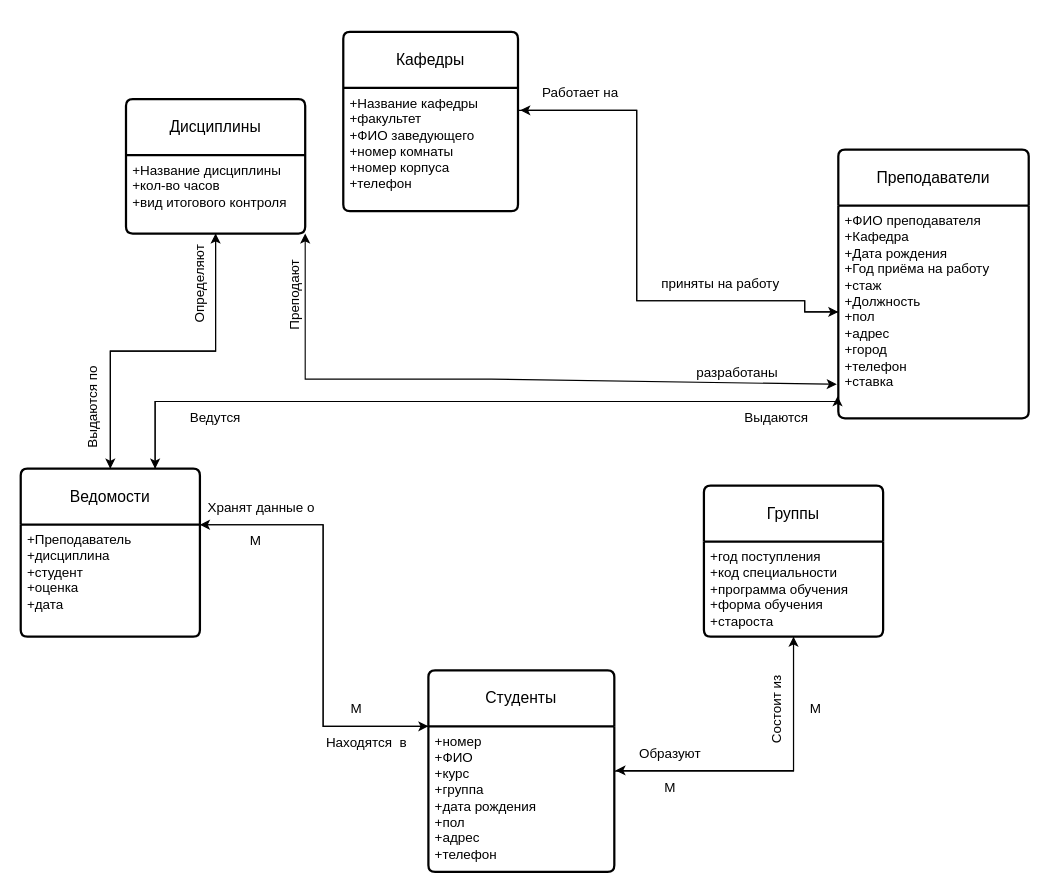
Before: page "Страница 1" (1 of 2) of Диаграмма без названия.drawio in OlAntZin18/mirea-progs, a draw.io diagram. Source tidied: cells renumbered, new cells numbered last; positions are measured from the earlier drawing's top-left corner, leaving out a move shared by most shapes. Both pictures are drawn from the tidied source at 112%, with x=0, y=0 at pixel (20, 31).
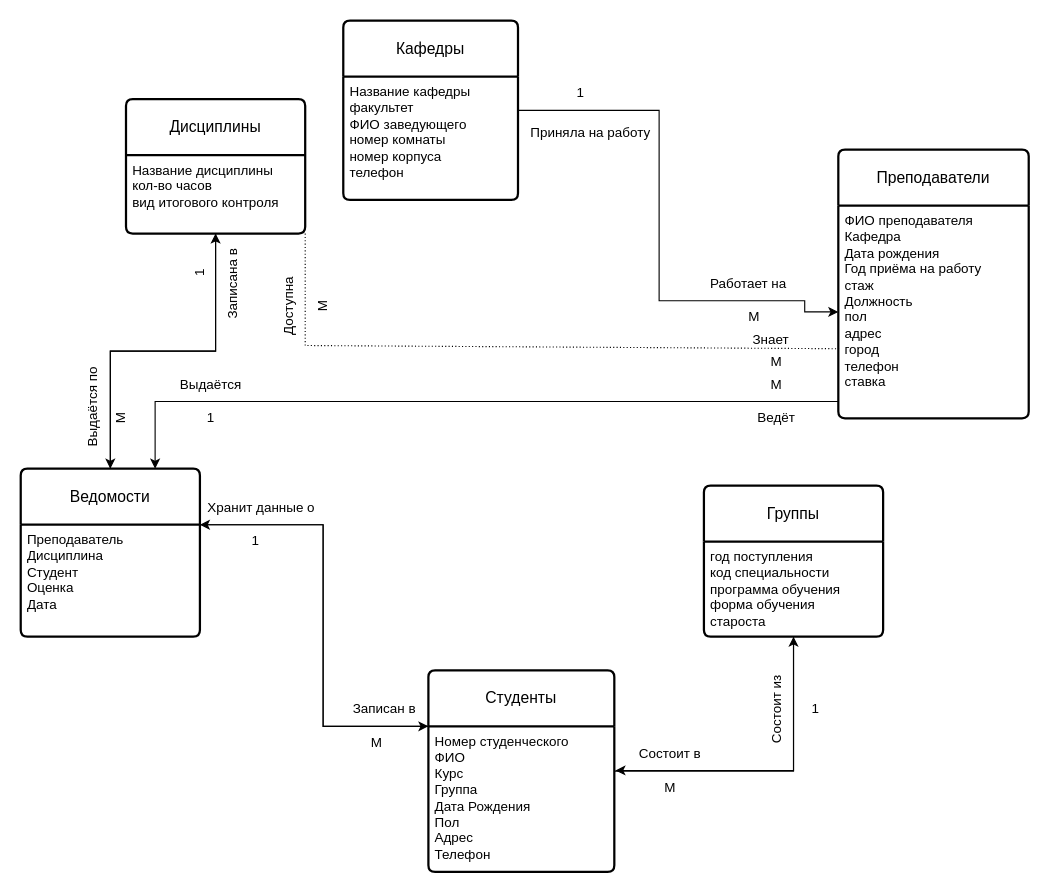
The same diagram, later.

Unchanged cells that the change refers to:
```xml
<mxCell id="2" value="Дисциплины" style="swimlane;horizontal=1;startSize=50;rounded=1;fontSize=14;fontStyle=0;strokeWidth=2;shadow=0;dashed=0;align=center;arcSize=4;whiteSpace=wrap;html=1;" parent="1" vertex="1">
  <mxGeometry x="94" y="60" width="160" height="120" as="geometry" />
</mxCell>
<mxCell id="8" value="Преподаватели" style="swimlane;horizontal=1;startSize=50;rounded=1;fontSize=14;fontStyle=0;strokeWidth=2;shadow=0;dashed=0;align=center;arcSize=4;whiteSpace=wrap;html=1;" parent="1" vertex="1">
  <mxGeometry x="730" y="105" width="170" height="240" as="geometry" />
</mxCell>
<mxCell id="12" value="Ведомости" style="swimlane;horizontal=1;startSize=50;rounded=1;fontSize=14;fontStyle=0;strokeWidth=2;shadow=0;dashed=0;align=center;arcSize=4;whiteSpace=wrap;html=1;" parent="1" vertex="1">
  <mxGeometry y="390" width="160" height="150" as="geometry" />
</mxCell>
<mxCell id="16" value="Студенты" style="swimlane;horizontal=1;startSize=50;rounded=1;fontSize=14;fontStyle=0;strokeWidth=2;shadow=0;dashed=0;align=center;arcSize=4;whiteSpace=wrap;html=1;" parent="1" vertex="1">
  <mxGeometry x="364" y="570" width="166" height="180" as="geometry" />
</mxCell>
<mxCell id="18" value="Группы" style="swimlane;horizontal=1;startSize=50;rounded=1;fontSize=14;fontStyle=0;strokeWidth=2;shadow=0;dashed=0;align=center;arcSize=4;whiteSpace=wrap;html=1;" parent="1" vertex="1">
  <mxGeometry x="610" y="405" width="160" height="135" as="geometry" />
</mxCell>
```

Diff of the diagram source:
```diff
@@
-    <mxCell id="3" value="+Название дисциплины&lt;br&gt;+кол-во часов&lt;br&gt;+вид итогового контроля" style="align=left;strokeColor=none;fillColor=none;spacingLeft=4;fontSize=12;verticalAlign=top;html=1;" parent="2" vertex="1">
+    <mxCell id="3" value="Название дисциплины&lt;br&gt;кол-во часов&lt;br&gt;вид итогового контроля" style="align=left;strokeColor=none;fillColor=none;spacingLeft=4;fontSize=12;verticalAlign=top;html=1;" parent="2" vertex="1">
       <mxGeometry y="50" width="160" height="70" as="geometry" />
     </mxCell>
+    <mxCell id="41" style="edgeStyle=orthogonalEdgeStyle;rounded=0;orthogonalLoop=1;jettySize=auto;html=1;exitX=1;exitY=0;exitDx=0;exitDy=0;entryX=1;entryY=0;entryDx=0;entryDy=0;" parent="2" edge="1" source="3" target="3">
+      <mxGeometry relative="1" as="geometry" />
+    </mxCell>
     <mxCell id="4" style="edgeStyle=orthogonalEdgeStyle;rounded=0;jettySize=auto;html=1;entryX=0;entryY=0.5;entryDx=0;entryDy=0;" parent="1" edge="1" source="5" target="9">
       <mxGeometry relative="1" as="geometry">
         <Array as="points">
-          <mxPoint x="550" y="70" />
-          <mxPoint x="550" y="240" />
+          <mxPoint x="570" y="70" />
+          <mxPoint x="570" y="240" />
           <mxPoint x="700" y="240" />
         </Array>
       </mxGeometry>
     </mxCell>
     <mxCell id="5" value="Кафедры" style="swimlane;horizontal=1;startSize=50;rounded=1;fontSize=14;fontStyle=0;strokeWidth=2;shadow=0;dashed=0;align=center;arcSize=4;whiteSpace=wrap;html=1;" parent="1" vertex="1">
-      <mxGeometry x="288" width="156" height="160" as="geometry" />
+      <mxGeometry x="288" y="-10" width="156" height="160" as="geometry" />
     </mxCell>
-    <mxCell id="6" value="+Название кафедры&lt;br&gt;+факультет&lt;br&gt;+ФИО заведующего&lt;br&gt;+номер комнаты&lt;br&gt;+номер корпуса&lt;br&gt;+телефон" style="align=left;strokeColor=none;fillColor=none;spacingLeft=4;fontSize=12;verticalAlign=top;html=1;" parent="5" vertex="1">
+    <mxCell id="6" value="Название кафедры&lt;br&gt;факультет&lt;br&gt;ФИО заведующего&lt;br&gt;номер комнаты&lt;br&gt;номер корпуса&lt;br&gt;телефон" style="align=left;strokeColor=none;fillColor=none;spacingLeft=4;fontSize=12;verticalAlign=top;html=1;" parent="5" vertex="1">
       <mxGeometry y="50" width="156" height="110" as="geometry" />
     </mxCell>
@@
-    <mxCell id="9" value="+ФИО преподавателя&lt;br&gt;+Кафедра&lt;br&gt;+Дата рождения&lt;br&gt;+Год приёма на работу&lt;br&gt;+стаж&lt;br&gt;+Должность&lt;br&gt;+пол&lt;br&gt;+адрес&lt;br&gt;+город&lt;br&gt;+телефон&lt;br&gt;+ставка" style="align=left;strokeColor=none;fillColor=none;spacingLeft=4;fontSize=12;verticalAlign=top;html=1;" parent="8" vertex="1">
+    <mxCell id="9" value="ФИО преподавателя&lt;br&gt;Кафедра&lt;br&gt;Дата рождения&lt;br&gt;Год приёма на работу&lt;br&gt;стаж&lt;br&gt;Должность&lt;br&gt;пол&lt;br&gt;адрес&lt;br&gt;город&lt;br&gt;телефон&lt;br&gt;ставка" style="align=left;strokeColor=none;fillColor=none;spacingLeft=4;fontSize=12;verticalAlign=top;html=1;" parent="8" vertex="1">
       <mxGeometry y="50" width="170" height="190" as="geometry" />
     </mxCell>
@@
-    <mxCell id="11" style="edgeStyle=orthogonalEdgeStyle;rounded=0;jettySize=auto;html=1;exitX=0.75;exitY=0;exitDx=0;exitDy=0;entryX=-0.004;entryY=0.896;entryDx=0;entryDy=0;entryPerimeter=0;" parent="1" edge="1" source="12" target="9">
-      <mxGeometry relative="1" as="geometry">
-        <Array as="points">
-          <mxPoint x="120" y="330" />
-          <mxPoint x="729" y="330" />
-        </Array>
-      </mxGeometry>
-    </mxCell>
@@
-    <mxCell id="13" value="+Преподаватель&lt;br&gt;+дисциплина&lt;br&gt;+студент&lt;br&gt;+оценка&lt;br&gt;+дата" style="align=left;strokeColor=none;fillColor=none;spacingLeft=4;fontSize=12;verticalAlign=top;html=1;" parent="12" vertex="1">
+    <mxCell id="13" value="Преподаватель&lt;br&gt;Дисциплина&lt;br&gt;Студент&lt;br&gt;Оценка&lt;br&gt;Дата" style="align=left;strokeColor=none;fillColor=none;spacingLeft=4;fontSize=12;verticalAlign=top;html=1;" parent="12" vertex="1">
       <mxGeometry y="50" width="160" height="100" as="geometry" />
     </mxCell>
@@
-    <mxCell id="17" value="+номер&lt;br&gt;+ФИО&lt;br&gt;+курс&lt;br&gt;+группа&lt;br&gt;+дата рождения&lt;br&gt;+пол&lt;br&gt;+адрес&lt;br&gt;+телефон" style="align=left;strokeColor=none;fillColor=none;spacingLeft=4;fontSize=12;verticalAlign=top;html=1;" parent="16" vertex="1">
+    <mxCell id="17" value="Номер студенческого&lt;br&gt;ФИО&lt;br&gt;Курс&lt;br&gt;Группа&lt;br&gt;Дата Рождения&lt;br&gt;Пол&lt;br&gt;Адрес&lt;br&gt;Телефон" style="align=left;strokeColor=none;fillColor=none;spacingLeft=4;fontSize=12;verticalAlign=top;html=1;" parent="16" vertex="1">
       <mxGeometry y="50" width="166" height="130" as="geometry" />
     </mxCell>
@@
-    <mxCell id="19" value="+год поступления&lt;br&gt;+код специальности&lt;br&gt;+программа обучения&lt;br&gt;+форма обучения&lt;br&gt;+староста" style="align=left;strokeColor=none;fillColor=none;spacingLeft=4;fontSize=12;verticalAlign=top;html=1;" parent="18" vertex="1">
+    <mxCell id="19" value="год поступления&lt;br&gt;код специальности&lt;br&gt;программа обучения&lt;br&gt;форма обучения&lt;br&gt;староста" style="align=left;strokeColor=none;fillColor=none;spacingLeft=4;fontSize=12;verticalAlign=top;html=1;" parent="18" vertex="1">
       <mxGeometry y="50" width="160" height="85" as="geometry" />
     </mxCell>
-    <mxCell id="20" value="Образуют" style="text;strokeColor=none;align=center;fillColor=none;html=1;verticalAlign=middle;whiteSpace=wrap;rounded=0;" parent="1" vertex="1">
+    <mxCell id="20" value="Состоит в" style="text;strokeColor=none;align=center;fillColor=none;html=1;verticalAlign=middle;whiteSpace=wrap;rounded=0;" parent="1" vertex="1">
       <mxGeometry x="550" y="630" width="60" height="30" as="geometry" />
     </mxCell>
@@
-    <mxCell id="24" value="М" style="text;strokeColor=none;align=center;fillColor=none;html=1;verticalAlign=middle;whiteSpace=wrap;rounded=0;" parent="1" vertex="1">
+    <mxCell id="24" value="1" style="text;strokeColor=none;align=center;fillColor=none;html=1;verticalAlign=middle;whiteSpace=wrap;rounded=0;" parent="1" vertex="1">
       <mxGeometry x="680" y="590" width="60" height="30" as="geometry" />
     </mxCell>
@@
-    <mxCell id="26" value="Находятся&amp;nbsp; в" style="text;strokeColor=none;align=center;fillColor=none;html=1;verticalAlign=middle;whiteSpace=wrap;rounded=0;" parent="1" vertex="1">
-      <mxGeometry x="254" y="620" width="110" height="30" as="geometry" />
+    <mxCell id="26" value="Записан в" style="text;strokeColor=none;align=center;fillColor=none;html=1;verticalAlign=middle;whiteSpace=wrap;rounded=0;" parent="1" vertex="1">
+      <mxGeometry x="270" y="590" width="110" height="30" as="geometry" />
     </mxCell>
-    <mxCell id="27" value="М" style="text;strokeColor=none;align=center;fillColor=none;html=1;verticalAlign=middle;whiteSpace=wrap;rounded=0;" parent="1" vertex="1">
+    <mxCell id="27" value="1" style="text;strokeColor=none;align=center;fillColor=none;html=1;verticalAlign=middle;whiteSpace=wrap;rounded=0;" parent="1" vertex="1">
       <mxGeometry x="180" y="440" width="60" height="30" as="geometry" />
     </mxCell>
-    <mxCell id="28" value="Хранят данные о" style="text;strokeColor=none;align=center;fillColor=none;html=1;verticalAlign=middle;whiteSpace=wrap;rounded=0;" parent="1" vertex="1">
+    <mxCell id="28" value="Хранит данные о" style="text;strokeColor=none;align=center;fillColor=none;html=1;verticalAlign=middle;whiteSpace=wrap;rounded=0;" parent="1" vertex="1">
       <mxGeometry x="160" y="410" width="110" height="30" as="geometry" />
     </mxCell>
     <mxCell id="29" value="М" style="text;strokeColor=none;align=center;fillColor=none;html=1;verticalAlign=middle;whiteSpace=wrap;rounded=0;" parent="1" vertex="1">
-      <mxGeometry x="270" y="590" width="60" height="30" as="geometry" />
+      <mxGeometry x="288" y="620" width="60" height="30" as="geometry" />
     </mxCell>
@@
-    <mxCell id="31" value="Выдаются по" style="text;strokeColor=none;align=center;fillColor=none;html=1;verticalAlign=middle;whiteSpace=wrap;rounded=0;rotation=270;" parent="1" vertex="1">
+    <mxCell id="31" value="Выдаётся по" style="text;strokeColor=none;align=center;fillColor=none;html=1;verticalAlign=middle;whiteSpace=wrap;rounded=0;rotation=270;" parent="1" vertex="1">
       <mxGeometry x="20" y="320" width="90" height="30" as="geometry" />
     </mxCell>
-    <mxCell id="32" value="Определяют" style="text;strokeColor=none;align=center;fillColor=none;html=1;verticalAlign=middle;whiteSpace=wrap;rounded=0;rotation=270;" parent="1" vertex="1">
-      <mxGeometry x="120" y="210" width="80" height="30" as="geometry" />
+    <mxCell id="32" value="Записана в" style="text;strokeColor=none;align=center;fillColor=none;html=1;verticalAlign=middle;whiteSpace=wrap;rounded=0;rotation=270;" parent="1" vertex="1">
+      <mxGeometry x="150" y="210" width="80" height="30" as="geometry" />
     </mxCell>
-    <mxCell id="33" style="edgeStyle=orthogonalEdgeStyle;rounded=0;jettySize=auto;html=1;exitX=0;exitY=0.5;exitDx=0;exitDy=0;entryX=1.013;entryY=0.182;entryDx=0;entryDy=0;entryPerimeter=0;" parent="1" edge="1" source="9" target="6">
-      <mxGeometry relative="1" as="geometry">
-        <Array as="points">
-          <mxPoint x="700" y="240" />
-          <mxPoint x="550" y="240" />
-          <mxPoint x="550" y="70" />
-        </Array>
-      </mxGeometry>
-    </mxCell>
     <mxCell id="34" value="Работает на" style="text;strokeColor=none;align=center;fillColor=none;html=1;verticalAlign=middle;whiteSpace=wrap;rounded=0;" parent="1" vertex="1">
-      <mxGeometry x="450" y="40" width="100" height="30" as="geometry" />
+      <mxGeometry x="600" y="210" width="100" height="30" as="geometry" />
     </mxCell>
+    <mxCell id="36" value="Знает" style="text;strokeColor=none;align=center;fillColor=none;html=1;verticalAlign=middle;whiteSpace=wrap;rounded=0;rotation=0;" parent="1" vertex="1">
+      <mxGeometry x="635" y="260" width="70" height="30" as="geometry" />
+    </mxCell>
+    <mxCell id="38" value="Приняла на работу" style="text;strokeColor=none;align=center;fillColor=none;html=1;verticalAlign=middle;whiteSpace=wrap;rounded=0;" parent="1" vertex="1">
+      <mxGeometry x="444" y="75" width="130" height="30" as="geometry" />
+    </mxCell>
+    <mxCell id="40" value="Ведёт" style="text;strokeColor=none;align=center;fillColor=none;html=1;verticalAlign=middle;whiteSpace=wrap;rounded=0;" parent="1" vertex="1">
+      <mxGeometry x="625" y="330" width="100" height="30" as="geometry" />
+    </mxCell>
+    <mxCell id="37" value="Доступна" style="text;strokeColor=none;align=center;fillColor=none;html=1;verticalAlign=middle;whiteSpace=wrap;rounded=0;rotation=270;" parent="1" vertex="1">
+      <mxGeometry x="200" y="230" width="80" height="30" as="geometry" />
+    </mxCell>
-    <mxCell id="35" style="endArrow=classic;startArrow=classic;html=1;rounded=0;exitX=1;exitY=1;exitDx=0;exitDy=0;entryX=-0.008;entryY=0.84;entryDx=0;entryDy=0;entryPerimeter=0;" parent="1" edge="1" source="3" target="9">
+    <mxCell id="35" style="endArrow=none;html=1;rounded=0;dashed=1;dashPattern=1 2;entryX=0.004;entryY=0.673;entryDx=0;entryDy=0;exitX=1;exitY=1;exitDx=0;exitDy=0;entryPerimeter=0;" parent="1" edge="1" source="3" target="9">
       <mxGeometry relative="1" as="geometry">
         <Array as="points">
-          <mxPoint x="254" y="270" />
-          <mxPoint x="254" y="310" />
-          <mxPoint x="420" y="310" />
+          <mxPoint x="254" y="280" />
         </Array>
       </mxGeometry>
     </mxCell>
-    <mxCell id="36" value="Преподают" style="text;strokeColor=none;align=center;fillColor=none;html=1;verticalAlign=middle;whiteSpace=wrap;rounded=0;rotation=270;" parent="1" vertex="1">
-      <mxGeometry x="210" y="220" width="70" height="30" as="geometry" />
-    </mxCell>
-    <mxCell id="37" value="разработаны" style="text;strokeColor=none;align=center;fillColor=none;html=1;verticalAlign=middle;whiteSpace=wrap;rounded=0;" parent="1" vertex="1">
-      <mxGeometry x="600" y="290" width="80" height="30" as="geometry" />
-    </mxCell>
-    <mxCell id="38" value="приняты на работу" style="text;strokeColor=none;align=center;fillColor=none;html=1;verticalAlign=middle;whiteSpace=wrap;rounded=0;" parent="1" vertex="1">
-      <mxGeometry x="560" y="210" width="130" height="30" as="geometry" />
-    </mxCell>
-    <mxCell id="39" value="Выдаются" style="text;strokeColor=none;align=center;fillColor=none;html=1;verticalAlign=middle;whiteSpace=wrap;rounded=0;" parent="1" vertex="1">
-      <mxGeometry x="645" y="330" width="60" height="30" as="geometry" />
+    <mxCell id="39" value="Выдаётся" style="text;strokeColor=none;align=center;fillColor=none;html=1;verticalAlign=middle;whiteSpace=wrap;rounded=0;" parent="1" vertex="1">
+      <mxGeometry x="140" y="300" width="60" height="30" as="geometry" />
     </mxCell>
-    <mxCell id="40" value="Ведутся" style="text;strokeColor=none;align=center;fillColor=none;html=1;verticalAlign=middle;whiteSpace=wrap;rounded=0;" parent="1" vertex="1">
-      <mxGeometry x="124" y="330" width="100" height="30" as="geometry" />
-    </mxCell>
+    <mxCell id="42" value="1" style="text;html=1;strokeColor=none;fillColor=none;align=center;verticalAlign=middle;whiteSpace=wrap;rounded=0;rotation=270;" parent="1" vertex="1">
+      <mxGeometry x="130" y="200" width="60" height="30" as="geometry" />
+    </mxCell>
+    <mxCell id="43" value="М" style="text;html=1;strokeColor=none;fillColor=none;align=center;verticalAlign=middle;whiteSpace=wrap;rounded=0;rotation=270;" parent="1" vertex="1">
+      <mxGeometry x="60" y="330" width="60" height="30" as="geometry" />
+    </mxCell>
+    <mxCell id="44" value="М" style="text;html=1;strokeColor=none;fillColor=none;align=center;verticalAlign=middle;whiteSpace=wrap;rounded=0;rotation=270;" parent="1" vertex="1">
+      <mxGeometry x="240" y="230" width="60" height="30" as="geometry" />
+    </mxCell>
+    <mxCell id="45" value="М" style="text;html=1;strokeColor=none;fillColor=none;align=center;verticalAlign=middle;whiteSpace=wrap;rounded=0;" parent="1" vertex="1">
+      <mxGeometry x="645" y="280" width="60" height="30" as="geometry" />
+    </mxCell>
+    <mxCell id="46" value="1" style="text;html=1;strokeColor=none;fillColor=none;align=center;verticalAlign=middle;whiteSpace=wrap;rounded=0;" parent="1" vertex="1">
+      <mxGeometry x="140" y="330" width="60" height="30" as="geometry" />
+    </mxCell>
+    <mxCell id="47" value="М" style="text;html=1;strokeColor=none;fillColor=none;align=center;verticalAlign=middle;whiteSpace=wrap;rounded=0;" parent="1" vertex="1">
+      <mxGeometry x="645" y="300" width="60" height="30" as="geometry" />
+    </mxCell>
+    <mxCell id="48" value="1" style="text;html=1;strokeColor=none;fillColor=none;align=center;verticalAlign=middle;whiteSpace=wrap;rounded=0;" parent="1" vertex="1">
+      <mxGeometry x="470" y="40" width="60" height="30" as="geometry" />
+    </mxCell>
+    <mxCell id="49" value="М" style="text;html=1;strokeColor=none;fillColor=none;align=center;verticalAlign=middle;whiteSpace=wrap;rounded=0;" parent="1" vertex="1">
+      <mxGeometry x="625" y="240" width="60" height="30" as="geometry" />
+    </mxCell>
```
